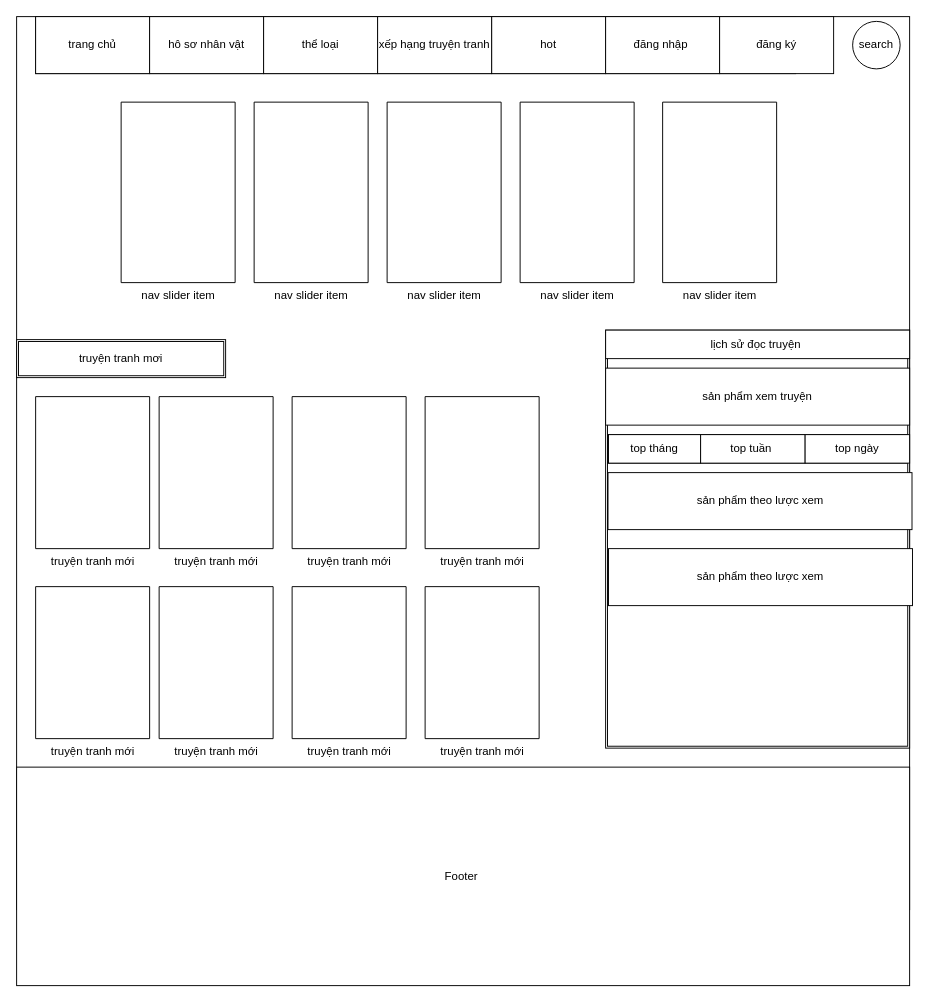
This is page "Page-9" (9 of 9) of Untitled Diagram.drawio from hoa-kidnav/wt-bandf8, a draw.io file, before an edit. Source tidied: cells renumbered, new cells numbered last; positions are measured from the earlier drawing's top-left corner, leaving out a move shared by most shapes. Both pictures are drawn from the tidied source at 95%, with x=0, y=0 at pixel (16, 16).
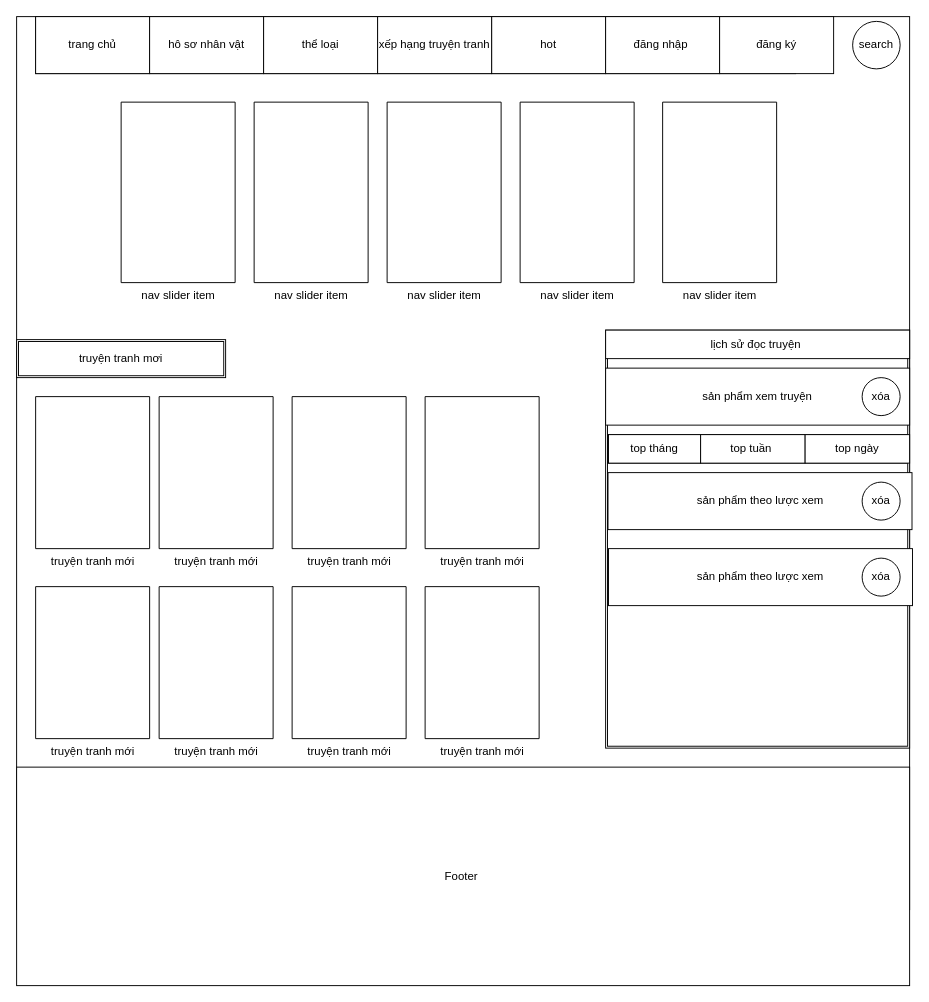
Above is the later version.

Change to the diagram source:
```diff
@@
+    <mxCell id="36" value="xóa" style="ellipse;whiteSpace=wrap;html=1;" parent="1" vertex="1">
+      <mxGeometry x="890" y="380" width="40" height="40" as="geometry" />
+    </mxCell>
+    <mxCell id="37" value="xóa" style="ellipse;whiteSpace=wrap;html=1;" parent="1" vertex="1">
+      <mxGeometry x="890" y="490" width="40" height="40" as="geometry" />
+    </mxCell>
+    <mxCell id="38" value="xóa" style="ellipse;whiteSpace=wrap;html=1;" parent="1" vertex="1">
+      <mxGeometry x="890" y="570" width="40" height="40" as="geometry" />
+    </mxCell>
```
